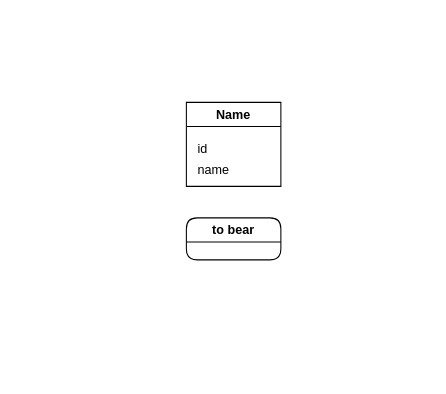
Above: test.drawio in Aloeverras/mcd_destock (draw.io), before the change. Source tidied: cells renumbered, new cells numbered last; positions are measured from the earlier drawing's top-left corner, leaving out a move shared by most shapes. Both pictures are drawn from the tidied source at 105%, with x=0, y=0 at pixel (186, 102).
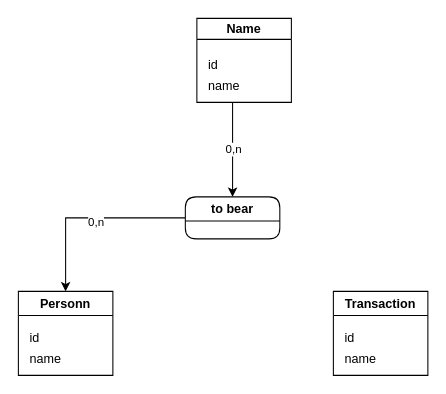
After the change.

Commit message (it also covers changes not shown here):
Mettre à jour test.drawio

The edit, as a diff of the source:
```diff
@@
 <mxGraphModel>
   <root>
     <mxCell id="0" />
     <mxCell id="1" parent="0" />
-    <mxCell id="2" value="Name" style="swimlane;whiteSpace=wrap;html=1;" parent="1" vertex="1">
-      <mxGeometry width="90" height="80" as="geometry" />
+    <mxCell id="2" value="Name" style="swimlane;whiteSpace=wrap;html=1;startSize=20;" parent="1" vertex="1">
+      <mxGeometry x="10" y="-80" width="90" height="80" as="geometry" />
     </mxCell>
     <mxCell id="3" value="id" style="text;html=1;align=left;verticalAlign=middle;strokeColor=none;fillColor=none;" parent="2" vertex="1">
       <mxGeometry x="9" y="30" width="30" height="30" as="geometry" />
     </mxCell>
     <mxCell id="4" value="name" style="text;html=1;align=left;verticalAlign=middle;points=[];strokeColor=none;fillColor=none;" parent="2" vertex="1">
       <mxGeometry x="9" y="50" width="50" height="30" as="geometry" />
     </mxCell>
+    <mxCell id="6" style="edgeStyle=orthogonalEdgeStyle;rounded=0;jettySize=auto;html=1;entryX=0.5;entryY=0;entryDx=0;entryDy=0;" parent="1" edge="1" source="5" target="8">
+      <mxGeometry relative="1" as="geometry" />
+    </mxCell>
+    <mxCell id="7" value="0,n" style="edgeLabel;html=1;align=center;verticalAlign=middle;" parent="6" vertex="1">
+      <mxGeometry x="-0.07" y="3" relative="1" as="geometry" />
+    </mxCell>
     <mxCell id="5" value="to bear" style="swimlane;whiteSpace=wrap;html=1;rounded=1;" parent="1" vertex="1">
-      <mxGeometry y="110" width="90" height="40" as="geometry" />
+      <mxGeometry x="-1" y="90" width="90" height="40" as="geometry" />
     </mxCell>
+    <mxCell id="8" value="Personn" style="swimlane;whiteSpace=wrap;html=1;" parent="1" vertex="1">
+      <mxGeometry x="-160" y="180" width="90" height="80" as="geometry" />
+    </mxCell>
+    <mxCell id="9" value="id" style="text;html=1;align=left;verticalAlign=middle;strokeColor=none;fillColor=none;" parent="8" vertex="1">
+      <mxGeometry x="9" y="30" width="30" height="30" as="geometry" />
+    </mxCell>
+    <mxCell id="10" value="name" style="text;html=1;align=left;verticalAlign=middle;strokeColor=none;fillColor=none;" parent="8" vertex="1">
+      <mxGeometry x="9" y="50" width="50" height="30" as="geometry" />
+    </mxCell>
+    <mxCell id="11" value="Transaction" style="swimlane;whiteSpace=wrap;html=1;startSize=23;" parent="1" vertex="1">
+      <mxGeometry x="140" y="180" width="90" height="80" as="geometry" />
+    </mxCell>
+    <mxCell id="12" value="id" style="text;html=1;align=left;verticalAlign=middle;strokeColor=none;fillColor=none;" parent="11" vertex="1">
+      <mxGeometry x="9" y="30" width="30" height="30" as="geometry" />
+    </mxCell>
+    <mxCell id="13" value="name" style="text;html=1;align=left;verticalAlign=middle;strokeColor=none;fillColor=none;" parent="11" vertex="1">
+      <mxGeometry x="9" y="50" width="50" height="30" as="geometry" />
+    </mxCell>
+    <mxCell id="14" style="edgeStyle=orthogonalEdgeStyle;rounded=0;jettySize=auto;html=1;" parent="1" edge="1" source="4" target="5">
+      <mxGeometry relative="1" as="geometry" />
+    </mxCell>
+    <mxCell id="15" value="0,n" style="edgeLabel;html=1;align=center;verticalAlign=middle;" parent="14" vertex="1">
+      <mxGeometry x="0.01" y="-1" relative="1" as="geometry">
+        <mxPoint x="1" y="-1" as="offset" />
+      </mxGeometry>
+    </mxCell>
   </root>
 </mxGraphModel>
```
